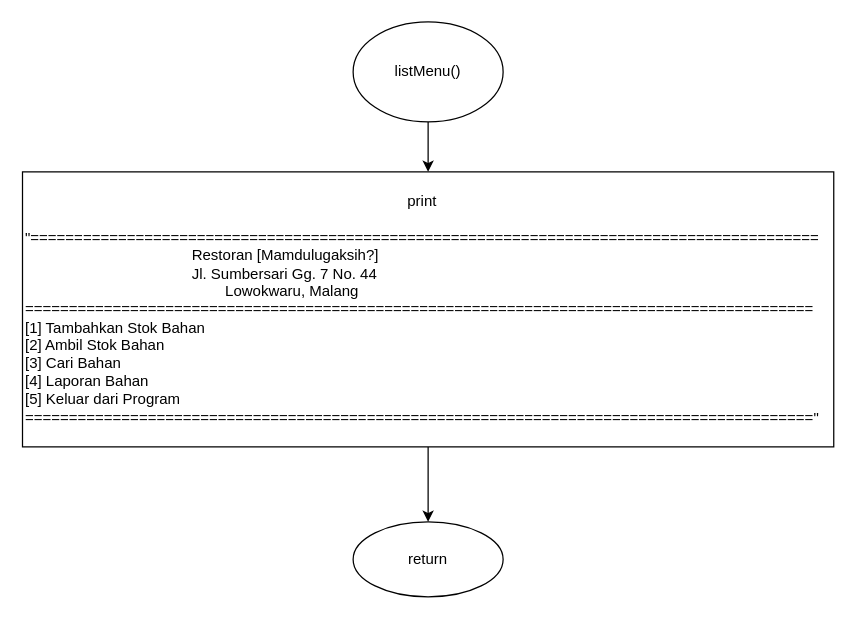
nhaidaar/daspro keeps this draw.io diagram as page "listMenu" (4 of 9) of Tugas Akhir/Flowchart.drawio. Above is the earlier version. Source tidied: cells renumbered, new cells numbered last; positions are measured from the earlier drawing's top-left corner, leaving out a move shared by most shapes. Both pictures are drawn from the tidied source at 125%, with x=0, y=0 at pixel (22, 21).
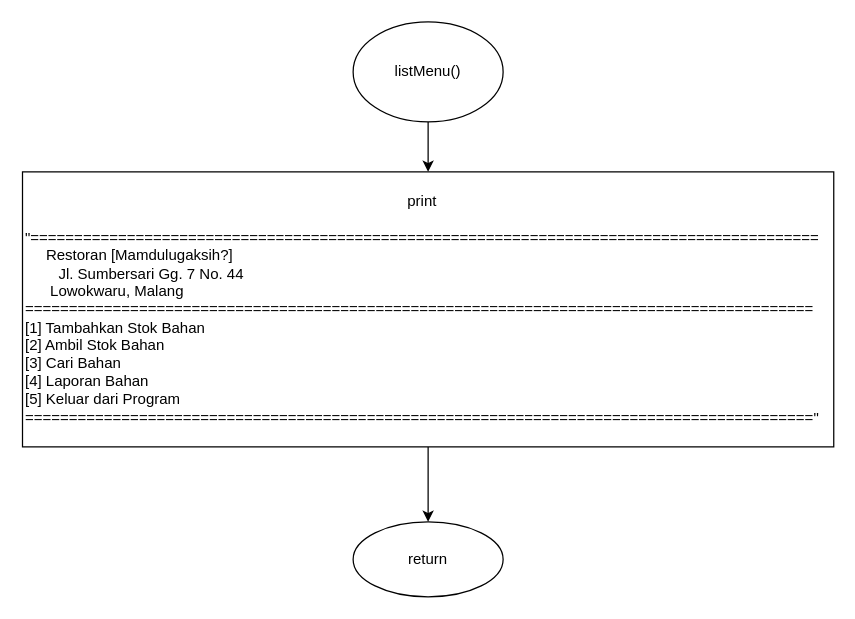
The same page after the edit.

Change to the diagram source:
```diff
@@
 <mxGraphModel>
   <root>
     <mxCell id="0" />
     <mxCell id="1" parent="0" />
     <mxCell id="2" style="edgeStyle=orthogonalEdgeStyle;rounded=0;jettySize=auto;html=1;" parent="1" edge="1" source="3" target="5">
       <mxGeometry relative="1" as="geometry" />
     </mxCell>
     <mxCell id="3" value="listMenu()" style="ellipse;whiteSpace=wrap;html=1;" parent="1" vertex="1">
       <mxGeometry x="264" width="120" height="80" as="geometry" />
     </mxCell>
     <mxCell id="4" style="edgeStyle=orthogonalEdgeStyle;rounded=0;jettySize=auto;html=1;" parent="1" edge="1" source="5" target="6">
       <mxGeometry relative="1" as="geometry" />
     </mxCell>
-    <mxCell id="5" value="&lt;div style=&quot;text-align: center;&quot;&gt;&lt;span style=&quot;background-color: initial;&quot;&gt;print&lt;/span&gt;&lt;/div&gt;&lt;div style=&quot;text-align: center;&quot;&gt;&lt;span style=&quot;background-color: initial;&quot;&gt;&lt;br&gt;&lt;/span&gt;&lt;/div&gt;&lt;div&gt;&quot;==========================================================================================&lt;/div&gt;&lt;div&gt;&lt;span style=&quot;&quot;&gt;&#9;&#9;&lt;/span&gt;&lt;span style=&quot;white-space: pre;&quot;&gt;&#9;&lt;/span&gt;&lt;span style=&quot;white-space: pre;&quot;&gt;&#9;&lt;/span&gt;&lt;span style=&quot;white-space: pre;&quot;&gt;&#9;&lt;span style=&quot;white-space: pre;&quot;&gt;&#9;&lt;/span&gt;&lt;span style=&quot;white-space: pre;&quot;&gt;&#9;&lt;/span&gt;&lt;/span&gt;Restoran [Mamdulugaksih?]&lt;/div&gt;&lt;div&gt;&lt;span style=&quot;&quot;&gt;&#9;&lt;/span&gt;&amp;nbsp; &amp;nbsp;&lt;span style=&quot;white-space: pre;&quot;&gt;&#9;&lt;/span&gt;&lt;span style=&quot;white-space: pre;&quot;&gt;&#9;&lt;/span&gt;&lt;span style=&quot;white-space: pre;&quot;&gt;&#9;&lt;span style=&quot;white-space: pre;&quot;&gt;&#9;&lt;/span&gt;&lt;span style=&quot;white-space: pre;&quot;&gt;&#9;&lt;/span&gt;&lt;/span&gt;Jl. Sumbersari Gg. 7 No. 44&lt;/div&gt;&lt;div&gt;&lt;span style=&quot;&quot;&gt;&#9;&#9;&#9;&lt;/span&gt;&lt;span style=&quot;white-space: pre;&quot;&gt;&#9;&lt;/span&gt;&lt;span style=&quot;white-space: pre;&quot;&gt;&#9;&lt;/span&gt;&lt;span style=&quot;white-space: pre;&quot;&gt;&#9;&lt;span style=&quot;white-space: pre;&quot;&gt;&#9;&lt;span style=&quot;white-space: pre;&quot;&gt;&#9;&lt;/span&gt;&lt;/span&gt;&lt;/span&gt;&lt;span style=&quot;white-space: pre;&quot;&gt;&#9;&lt;/span&gt;Lowokwaru, Malang&lt;/div&gt;&lt;div&gt;==========================================================================================&lt;/div&gt;&lt;div&gt;[1] Tambahkan Stok Bahan&lt;/div&gt;&lt;div&gt;[2] Ambil Stok Bahan&lt;/div&gt;&lt;div&gt;[3] Cari Bahan&lt;/div&gt;&lt;div&gt;[4] Laporan Bahan&lt;/div&gt;&lt;div&gt;[5] Keluar dari Program&lt;/div&gt;&lt;div&gt;==========================================================================================&quot;&lt;/div&gt;" style="whiteSpace=wrap;html=1;align=left;" parent="1" vertex="1">
+    <mxCell id="5" value="&lt;div style=&quot;text-align: center;&quot;&gt;&lt;span style=&quot;background-color: initial;&quot;&gt;print&lt;/span&gt;&lt;/div&gt;&lt;div style=&quot;text-align: center;&quot;&gt;&lt;span style=&quot;background-color: initial;&quot;&gt;&lt;br&gt;&lt;/span&gt;&lt;/div&gt;&lt;div&gt;&quot;==========================================================================================&lt;/div&gt;&lt;div&gt;&lt;span style=&quot;&quot;&gt;  &lt;/span&gt;&lt;span style=&quot;white-space: pre;&quot;&gt; &lt;/span&gt;&lt;span style=&quot;white-space: pre;&quot;&gt; &lt;/span&gt;&lt;span style=&quot;white-space: pre;&quot;&gt; &lt;span style=&quot;white-space: pre;&quot;&gt; &lt;/span&gt;&lt;span style=&quot;white-space: pre;&quot;&gt; &lt;/span&gt;&lt;/span&gt;Restoran [Mamdulugaksih?]&lt;/div&gt;&lt;div&gt;&lt;span style=&quot;&quot;&gt; &lt;/span&gt;&amp;nbsp; &amp;nbsp;&lt;span style=&quot;white-space: pre;&quot;&gt; &lt;/span&gt;&lt;span style=&quot;white-space: pre;&quot;&gt; &lt;/span&gt;&lt;span style=&quot;white-space: pre;&quot;&gt; &lt;span style=&quot;white-space: pre;&quot;&gt; &lt;/span&gt;&lt;span style=&quot;white-space: pre;&quot;&gt; &lt;/span&gt;&lt;/span&gt;Jl. Sumbersari Gg. 7 No. 44&lt;/div&gt;&lt;div&gt;&lt;span style=&quot;&quot;&gt;   &lt;/span&gt;&lt;span style=&quot;white-space: pre;&quot;&gt; &lt;/span&gt;&lt;span style=&quot;white-space: pre;&quot;&gt; &lt;/span&gt;&lt;span style=&quot;white-space: pre;&quot;&gt; &lt;span style=&quot;white-space: pre;&quot;&gt; &lt;span style=&quot;white-space: pre;&quot;&gt; &lt;/span&gt;&lt;/span&gt;&lt;/span&gt;&lt;span style=&quot;white-space: pre;&quot;&gt; &lt;/span&gt;Lowokwaru, Malang&lt;/div&gt;&lt;div&gt;==========================================================================================&lt;/div&gt;&lt;div&gt;[1] Tambahkan Stok Bahan&lt;/div&gt;&lt;div&gt;[2] Ambil Stok Bahan&lt;/div&gt;&lt;div&gt;[3] Cari Bahan&lt;/div&gt;&lt;div&gt;[4] Laporan Bahan&lt;/div&gt;&lt;div&gt;[5] Keluar dari Program&lt;/div&gt;&lt;div&gt;==========================================================================================&quot;&lt;/div&gt;" style="whiteSpace=wrap;html=1;align=left;" parent="1" vertex="1">
       <mxGeometry x="-0.5" y="120" width="649" height="220" as="geometry" />
     </mxCell>
     <mxCell id="6" value="return" style="ellipse;whiteSpace=wrap;html=1;align=center;" parent="1" vertex="1">
       <mxGeometry x="264" y="400" width="120" height="60" as="geometry" />
     </mxCell>
   </root>
 </mxGraphModel>
```
